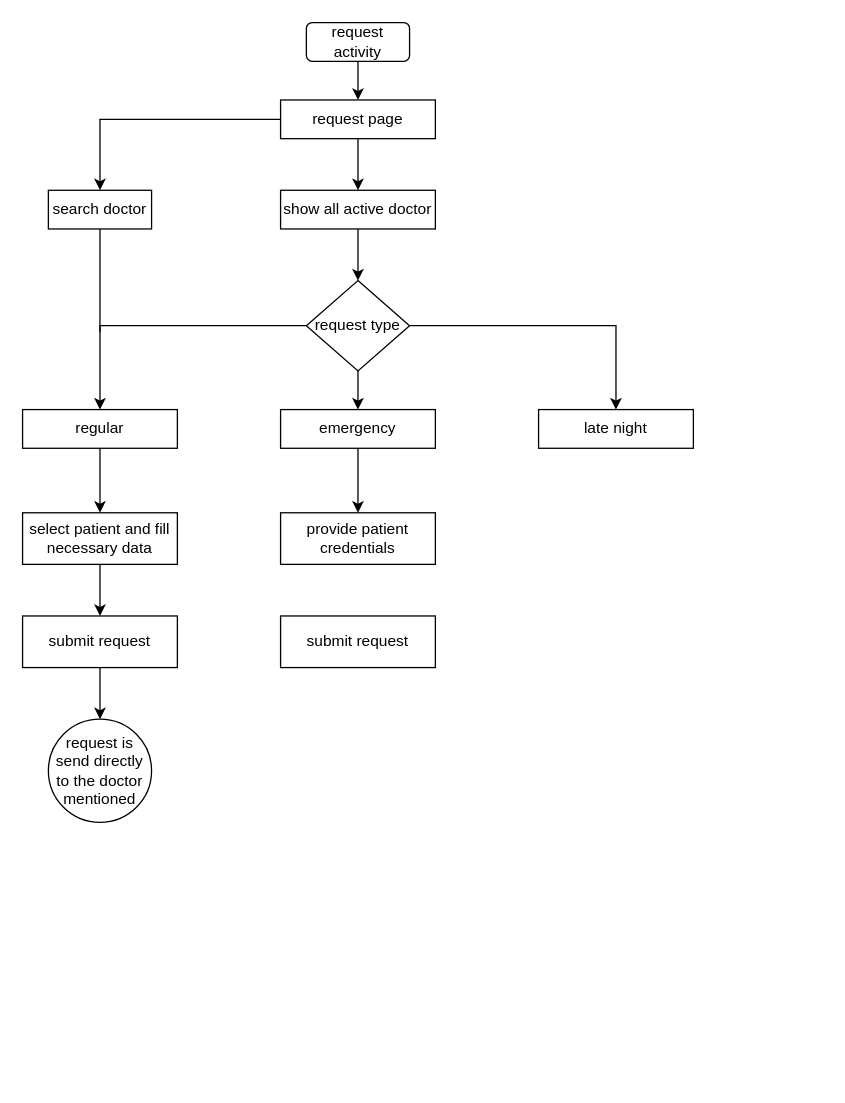
Before: request activity.drawio in souravbiswassanto/Projects, a draw.io diagram. Source tidied: cells renumbered, new cells numbered last; positions are measured from the earlier drawing's top-left corner, leaving out a move shared by most shapes. Both pictures are drawn from the tidied source at 129%, with x=0, y=0 at pixel (22, 22).
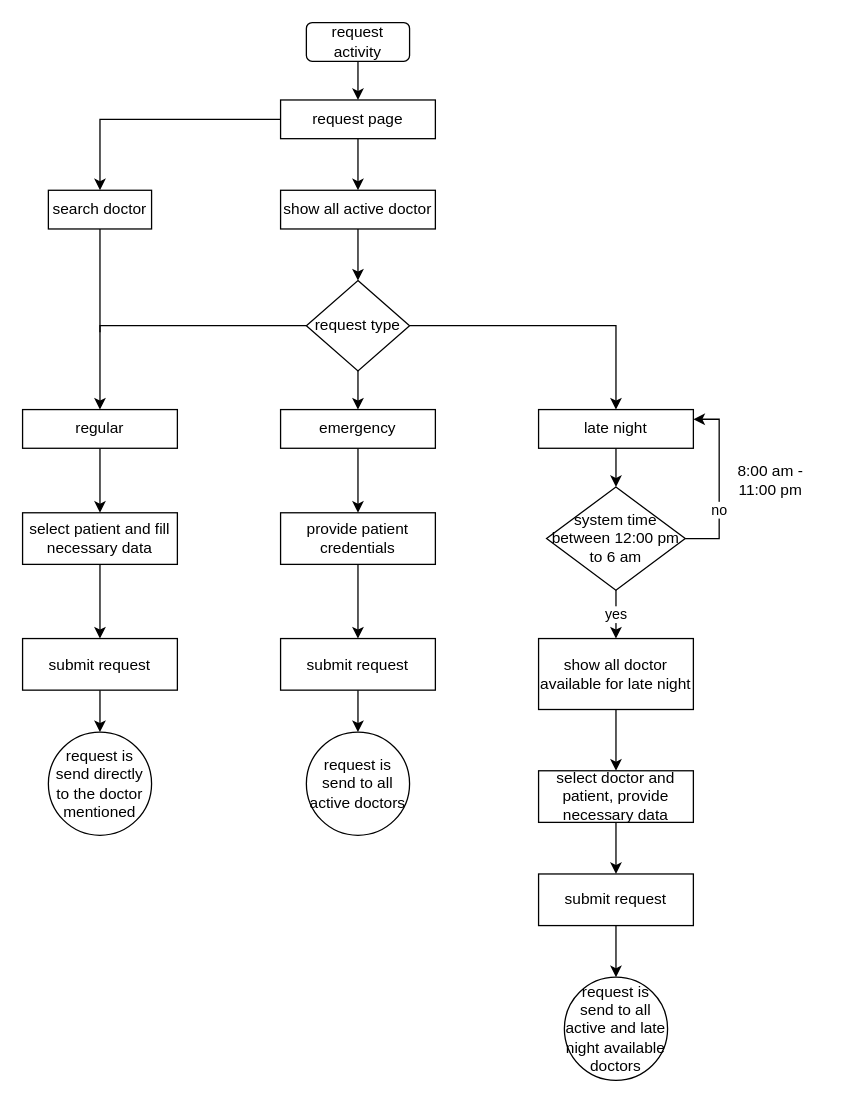
Above is the later version.

Unchanged cells that the change refers to:
```xml
<mxCell id="15" value="late night" style="rounded=0;whiteSpace=wrap;html=1;" parent="1" vertex="1">
  <mxGeometry x="400" y="300" width="120" height="30" as="geometry" />
</mxCell>
<mxCell id="18" value="provide patient credentials" style="rounded=0;whiteSpace=wrap;html=1;" parent="1" vertex="1">
  <mxGeometry x="200" y="380" width="120" height="40" as="geometry" />
</mxCell>
```

The edit, as a diff of the source:
```diff
@@
+    <mxCell id="27" style="edgeStyle=orthogonalEdgeStyle;rounded=0;jettySize=auto;html=1;" parent="1" edge="1" source="15" target="34">
+      <mxGeometry relative="1" as="geometry" />
+    </mxCell>
@@
+    <mxCell id="28" style="edgeStyle=orthogonalEdgeStyle;rounded=0;jettySize=auto;html=1;" parent="1" edge="1" source="18" target="26">
+      <mxGeometry relative="1" as="geometry" />
+    </mxCell>
@@
     <mxCell id="24" value="submit request" style="rounded=0;whiteSpace=wrap;html=1;" parent="1" vertex="1">
-      <mxGeometry y="460" width="120" height="40" as="geometry" />
+      <mxGeometry y="477.5" width="120" height="40" as="geometry" />
     </mxCell>
     <mxCell id="25" value="request is send directly to the doctor mentioned" style="ellipse;whiteSpace=wrap;html=1;" parent="1" vertex="1">
-      <mxGeometry x="20" y="540" width="80" height="80" as="geometry" />
+      <mxGeometry x="20" y="550" width="80" height="80" as="geometry" />
     </mxCell>
+    <mxCell id="29" style="edgeStyle=orthogonalEdgeStyle;rounded=0;jettySize=auto;html=1;entryX=0.5;entryY=0;entryDx=0;entryDy=0;" parent="1" edge="1" source="26" target="30">
+      <mxGeometry relative="1" as="geometry" />
+    </mxCell>
     <mxCell id="26" value="submit request" style="rounded=0;whiteSpace=wrap;html=1;" parent="1" vertex="1">
-      <mxGeometry x="200" y="460" width="120" height="40" as="geometry" />
+      <mxGeometry x="200" y="477.5" width="120" height="40" as="geometry" />
     </mxCell>
+    <mxCell id="30" value="request is send to all active doctors" style="ellipse;whiteSpace=wrap;html=1;" parent="1" vertex="1">
+      <mxGeometry x="220" y="550" width="80" height="80" as="geometry" />
+    </mxCell>
+    <mxCell id="31" style="edgeStyle=orthogonalEdgeStyle;rounded=0;jettySize=auto;html=1;entryX=1;entryY=0.25;entryDx=0;entryDy=0;" parent="1" edge="1" source="34" target="15">
+      <mxGeometry relative="1" as="geometry">
+        <Array as="points">
+          <mxPoint x="540" y="400" />
+          <mxPoint x="540" y="308" />
+        </Array>
+      </mxGeometry>
+    </mxCell>
+    <mxCell id="32" value="no" style="edgeLabel;html=1;align=center;verticalAlign=middle;" parent="31" vertex="1">
+      <mxGeometry x="-0.3" y="1" relative="1" as="geometry" />
+    </mxCell>
+    <mxCell id="33" value="yes" style="edgeStyle=orthogonalEdgeStyle;rounded=0;jettySize=auto;html=1;" parent="1" edge="1" source="34" target="37">
+      <mxGeometry relative="1" as="geometry" />
+    </mxCell>
+    <mxCell id="34" value="system time between 12:00 pm to 6 am" style="rhombus;whiteSpace=wrap;html=1;" parent="1" vertex="1">
+      <mxGeometry x="406.2" y="360" width="107.5" height="80" as="geometry" />
+    </mxCell>
+    <mxCell id="35" value="8:00 am - 11:00 pm" style="text;html=1;strokeColor=none;fillColor=none;align=center;verticalAlign=middle;whiteSpace=wrap;rounded=0;" parent="1" vertex="1">
+      <mxGeometry x="540" y="340" width="80" height="30" as="geometry" />
+    </mxCell>
+    <mxCell id="36" style="edgeStyle=orthogonalEdgeStyle;rounded=0;jettySize=auto;html=1;exitX=0.5;exitY=1;exitDx=0;exitDy=0;entryX=0.5;entryY=0;entryDx=0;entryDy=0;" parent="1" edge="1" source="37" target="39">
+      <mxGeometry relative="1" as="geometry" />
+    </mxCell>
+    <mxCell id="37" value="show all doctor available for late night" style="rounded=0;whiteSpace=wrap;html=1;" parent="1" vertex="1">
+      <mxGeometry x="400" y="477.5" width="120" height="55" as="geometry" />
+    </mxCell>
+    <mxCell id="38" style="edgeStyle=orthogonalEdgeStyle;rounded=0;jettySize=auto;html=1;" parent="1" edge="1" source="39" target="41">
+      <mxGeometry relative="1" as="geometry" />
+    </mxCell>
+    <mxCell id="39" value="select doctor and patient, provide necessary data" style="rounded=0;whiteSpace=wrap;html=1;" parent="1" vertex="1">
+      <mxGeometry x="400" y="580" width="120" height="40" as="geometry" />
+    </mxCell>
+    <mxCell id="40" style="edgeStyle=orthogonalEdgeStyle;rounded=0;jettySize=auto;html=1;" parent="1" edge="1" source="41" target="42">
+      <mxGeometry relative="1" as="geometry" />
+    </mxCell>
+    <mxCell id="41" value="submit request" style="rounded=0;whiteSpace=wrap;html=1;" parent="1" vertex="1">
+      <mxGeometry x="400" y="660" width="120" height="40" as="geometry" />
+    </mxCell>
+    <mxCell id="42" value="request is send to all active and late night available doctors" style="ellipse;whiteSpace=wrap;html=1;" parent="1" vertex="1">
+      <mxGeometry x="420" y="740" width="80" height="80" as="geometry" />
+    </mxCell>
```
